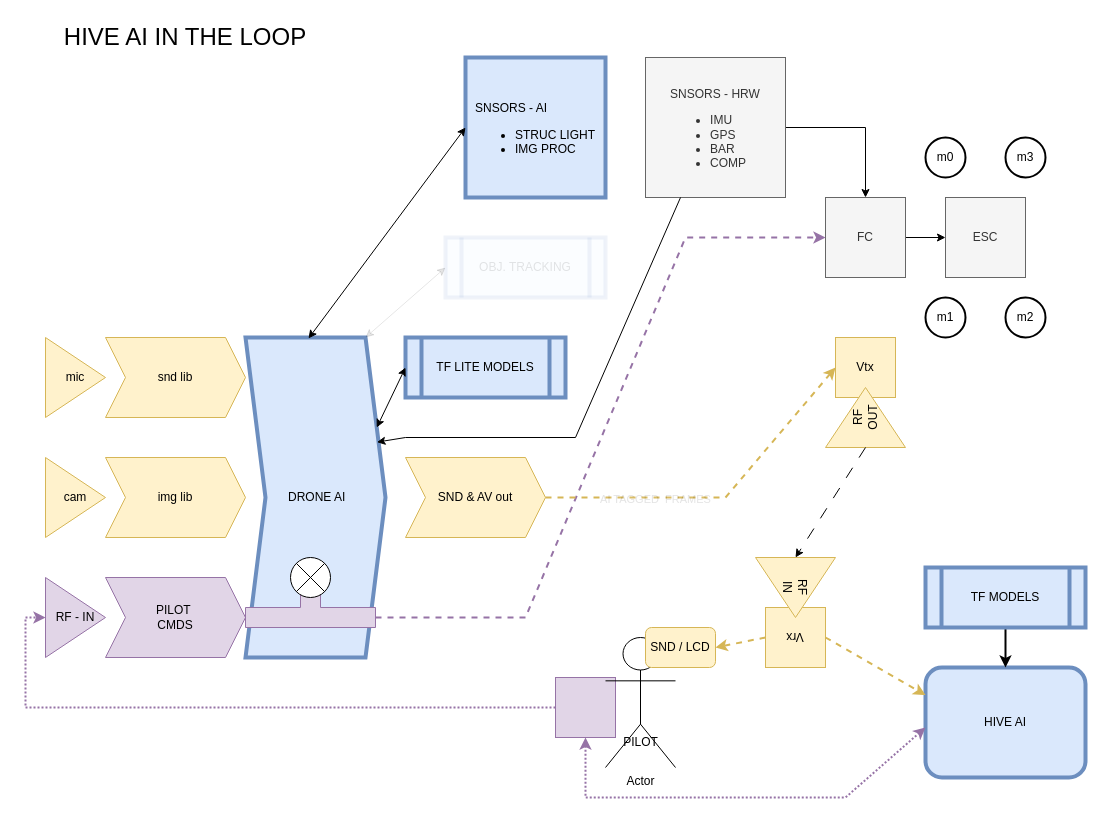
iotech-systems/ai-in-the-loop keeps this draw.io diagram as _docs/aiitl-hive-v0.drawio. Above is the earlier version. Source tidied: cells renumbered, new cells numbered last; positions are measured from the earlier drawing's top-left corner, leaving out a move shared by most shapes. Both pictures are drawn from the tidied source at 100%, with x=0, y=0 at pixel (45, 17).
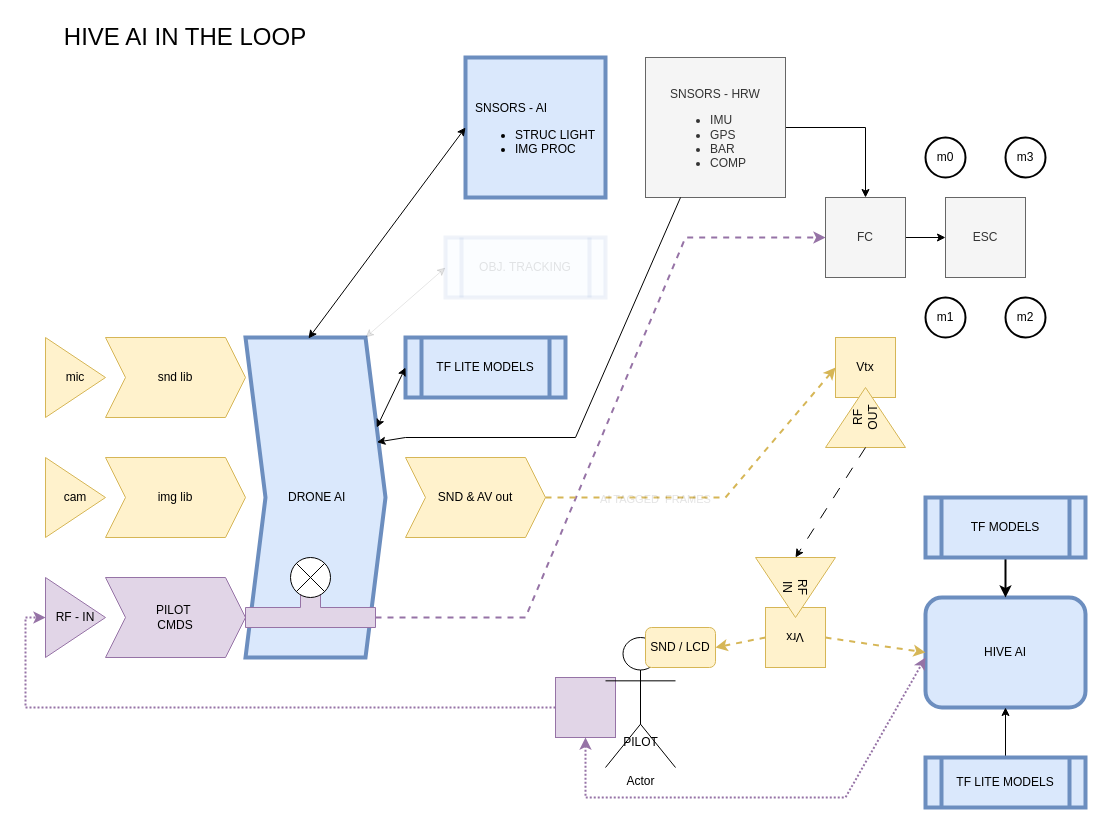
After the change.

The change refers to these unchanged cells:
```xml
<mxCell id="31" value="&lt;div&gt;Vrx&lt;/div&gt;" style="whiteSpace=wrap;html=1;fillColor=#fff2cc;strokeColor=#d6b656;rotation=-180;" parent="30" vertex="1">
  <mxGeometry x="10" y="50" width="60" height="60" as="geometry" />
</mxCell>
```

Change to the diagram source:
```diff
@@
     <mxCell id="36" value="&lt;div&gt;HIVE AI&lt;/div&gt;" style="rounded=1;whiteSpace=wrap;html=1;fillColor=#dae8fc;strokeColor=#6c8ebf;strokeWidth=4;" parent="1" vertex="1">
-      <mxGeometry x="880" y="650" width="160" height="110" as="geometry" />
+      <mxGeometry x="880" y="580" width="160" height="110" as="geometry" />
     </mxCell>
-    <mxCell id="37" style="endArrow=classic;html=1;rounded=0;entryX=0;entryY=0.25;entryDx=0;entryDy=0;strokeWidth=2;fillColor=#fff2cc;strokeColor=#d6b656;dashed=1;exitX=0;exitY=0.5;exitDx=0;exitDy=0;textOpacity=10;" parent="1" edge="1" source="31" target="36">
-      <mxGeometry relative="1" as="geometry" />
+    <mxCell id="37" style="endArrow=classic;html=1;rounded=0;entryX=0;entryY=0.25;entryDx=0;entryDy=0;strokeWidth=2;fillColor=#fff2cc;strokeColor=#d6b656;dashed=1;exitX=0;exitY=0.5;exitDx=0;exitDy=0;textOpacity=10;" parent="1" edge="1" source="31">
+      <mxGeometry relative="1" as="geometry">
+        <mxPoint x="880" y="635" as="targetPoint" />
+      </mxGeometry>
     </mxCell>
@@
     <mxCell id="45" style="edgeStyle=orthogonalEdgeStyle;rounded=0;jettySize=auto;html=1;strokeWidth=2;" parent="1" edge="1" source="46">
       <mxGeometry relative="1" as="geometry">
-        <mxPoint x="960" y="650" as="targetPoint" />
+        <mxPoint x="960" y="580" as="targetPoint" />
       </mxGeometry>
     </mxCell>
     <mxCell id="46" value="TF MODELS" style="shape=process;whiteSpace=wrap;html=1;backgroundOutline=1;fillColor=#dae8fc;strokeColor=#6c8ebf;strokeWidth=4;" parent="1" vertex="1">
-      <mxGeometry x="880" y="550" width="160" height="60" as="geometry" />
+      <mxGeometry x="880" y="480" width="160" height="60" as="geometry" />
     </mxCell>
@@
+    <mxCell id="51" style="edgeStyle=orthogonalEdgeStyle;rounded=0;jettySize=auto;html=1;exitX=0.5;exitY=0;exitDx=0;exitDy=0;entryX=0.5;entryY=1;entryDx=0;entryDy=0;" parent="1" edge="1" source="52" target="36">
+      <mxGeometry relative="1" as="geometry" />
+    </mxCell>
+    <mxCell id="52" value="TF LITE MODELS" style="shape=process;whiteSpace=wrap;html=1;backgroundOutline=1;fillColor=#dae8fc;strokeColor=#6c8ebf;strokeWidth=4;" parent="1" vertex="1">
+      <mxGeometry x="880" y="740" width="160" height="50" as="geometry" />
+    </mxCell>
```
